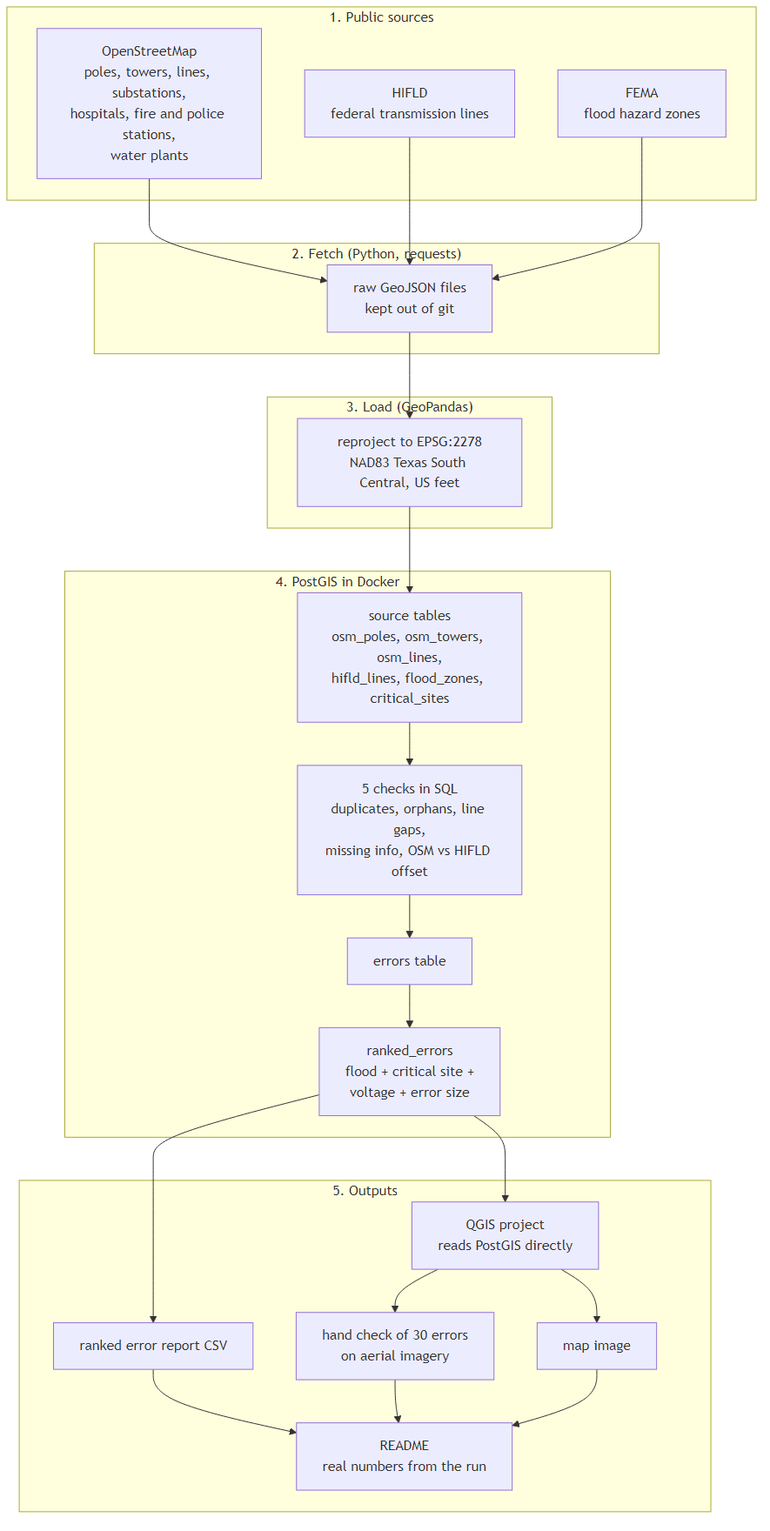
Above: documentation/architecture.png in narasimha-31/utility-asset-location-errors-gis (Mermaid), before the change. Its source is kept beside it as documentation/architecture.mmd.
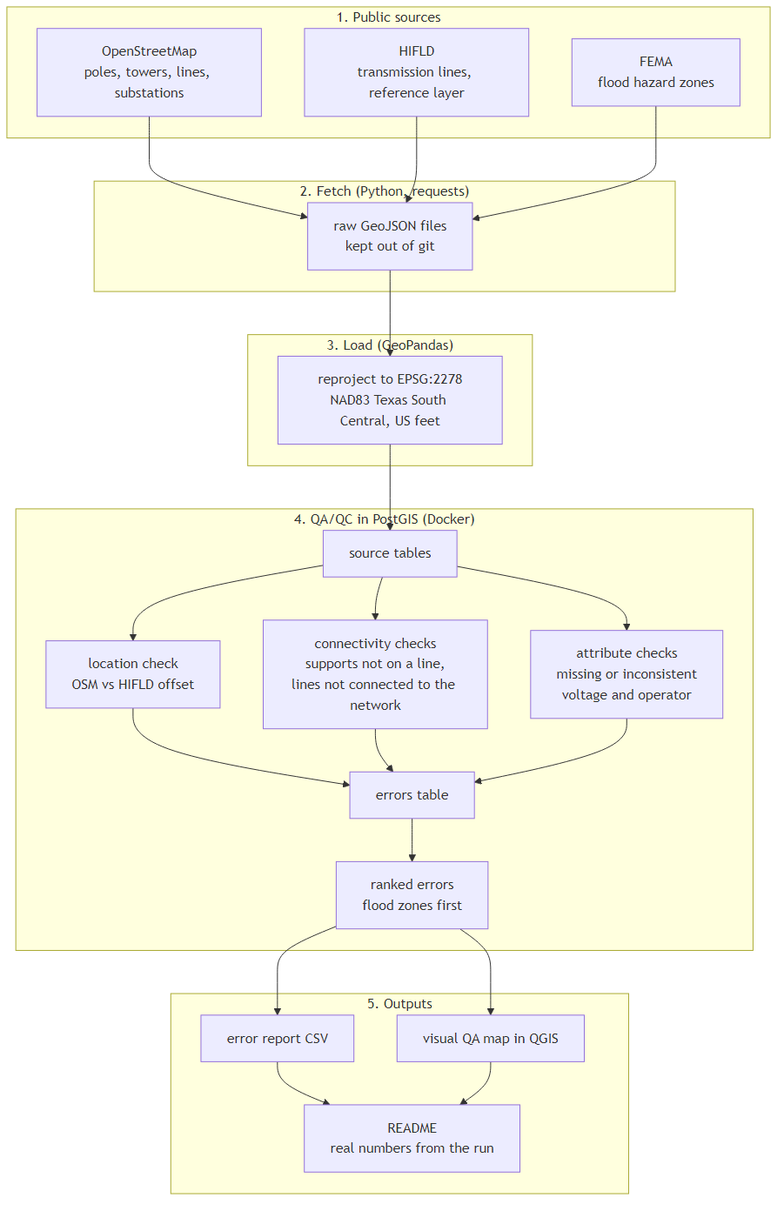
The same file after the commit.

Commit message:
update architecture diagram to qa checks with flood ranking

Diff of the diagram source:
```diff
@@ -1,7 +1,7 @@
 flowchart TD
     subgraph S["1. Public sources"]
-        OSM["OpenStreetMap<br/>poles, towers, lines, substations,<br/>hospitals, fire and police stations,<br/>water plants"]
-        HIFLD["HIFLD<br/>federal transmission lines"]
+        OSM["OpenStreetMap<br/>poles, towers, lines, substations"]
+        HIFLD["HIFLD<br/>transmission lines, reference layer"]
         FEMA["FEMA<br/>flood hazard zones"]
     end
 
@@ -13,18 +13,18 @@
         PROJ["reproject to EPSG:2278<br/>NAD83 Texas South Central, US feet"]
     end
 
-    subgraph DB["4. PostGIS in Docker"]
-        T["source tables<br/>osm_poles, osm_towers, osm_lines,<br/>hifld_lines, flood_zones, critical_sites"]
-        C["5 checks in SQL<br/>duplicates, orphans, line gaps,<br/>missing info, OSM vs HIFLD offset"]
+    subgraph DB["4. QA/QC in PostGIS (Docker)"]
+        T["source tables"]
+        LOC["location check<br/>OSM vs HIFLD offset"]
+        CON["connectivity checks<br/>supports not on a line,<br/>lines not connected to the network"]
+        ATT["attribute checks<br/>missing or inconsistent<br/>voltage and operator"]
         E["errors table"]
-        R["ranked_errors<br/>flood + critical site +<br/>voltage + error size"]
+        R["ranked errors<br/>flood zones first"]
     end
 
     subgraph O["5. Outputs"]
-        CSV["ranked error report CSV"]
-        QGIS["QGIS project<br/>reads PostGIS directly"]
-        PNG["map image"]
-        HC["hand check of 30 errors<br/>on aerial imagery"]
+        CSV["error report CSV"]
+        MAP["visual QA map in QGIS"]
         MD["README<br/>real numbers from the run"]
     end
 
@@ -32,11 +32,9 @@
     HIFLD --> RAW
     FEMA --> RAW
     RAW --> PROJ --> T
-    T --> C --> E --> R
-    R --> CSV
-    R --> QGIS
-    QGIS --> PNG
-    QGIS --> HC
-    CSV --> MD
-    HC --> MD
-    PNG --> MD
+    T --> LOC --> E
+    T --> CON --> E
+    T --> ATT --> E
+    E --> R
+    R --> CSV --> MD
+    R --> MAP --> MD
```
